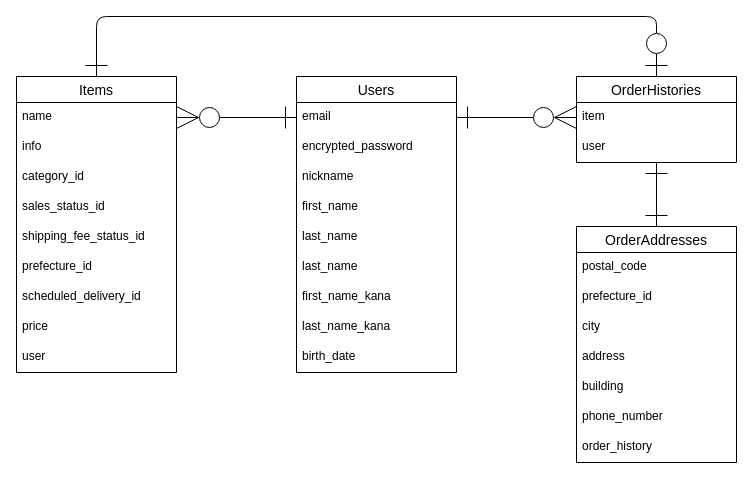
Above: ER.dio in Koji5/furima-39167 (draw.io), before the change. Source tidied: cells renumbered, new cells numbered last; positions are measured from the earlier drawing's top-left corner, leaving out a move shared by most shapes. Both pictures are drawn from the tidied source at 100%, with x=0, y=0 at pixel (16, 16).
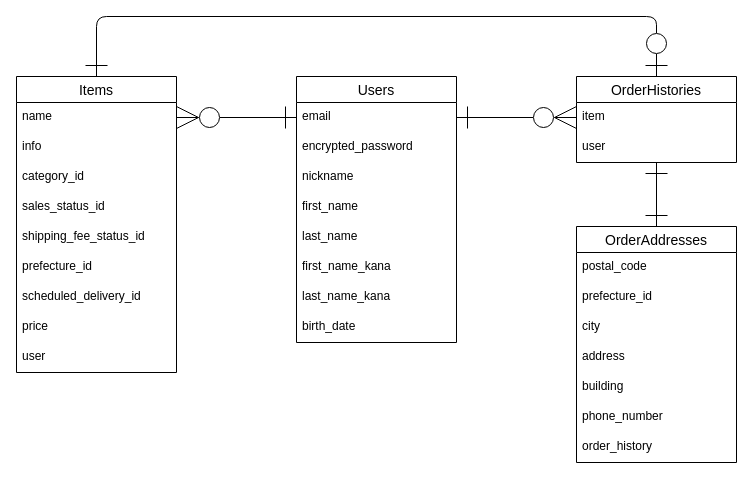
The same diagram, later.

The edit, as a diff of the source:
```diff
@@
     <mxCell id="2" value="Users" style="swimlane;fontStyle=0;horizontal=1;startSize=26;align=center;fontSize=14;rounded=0;" parent="1" vertex="1">
-      <mxGeometry x="280" y="60" width="160" height="296" as="geometry" />
+      <mxGeometry x="280" y="60" width="160" height="266" as="geometry" />
     </mxCell>
@@
-    <mxCell id="8" value="last_name" style="text;strokeColor=none;fillColor=none;spacingLeft=4;spacingRight=4;overflow=hidden;fontSize=12;rounded=0;" parent="2" vertex="1">
-      <mxGeometry y="176" width="160" height="30" as="geometry" />
-    </mxCell>
     <mxCell id="9" value="first_name_kana" style="text;strokeColor=none;fillColor=none;spacingLeft=4;spacingRight=4;overflow=hidden;fontSize=12;rounded=0;" parent="2" vertex="1">
-      <mxGeometry y="206" width="160" height="30" as="geometry" />
+      <mxGeometry y="176" width="160" height="30" as="geometry" />
     </mxCell>
     <mxCell id="10" value="last_name_kana" style="text;strokeColor=none;fillColor=none;spacingLeft=4;spacingRight=4;overflow=hidden;fontSize=12;rounded=0;" parent="2" vertex="1">
-      <mxGeometry y="236" width="160" height="30" as="geometry" />
+      <mxGeometry y="206" width="160" height="30" as="geometry" />
     </mxCell>
     <mxCell id="11" value="birth_date" style="text;strokeColor=none;fillColor=none;spacingLeft=4;spacingRight=4;overflow=hidden;fontSize=12;rounded=0;" parent="2" vertex="1">
-      <mxGeometry y="266" width="160" height="30" as="geometry" />
+      <mxGeometry y="236" width="160" height="30" as="geometry" />
     </mxCell>
```
